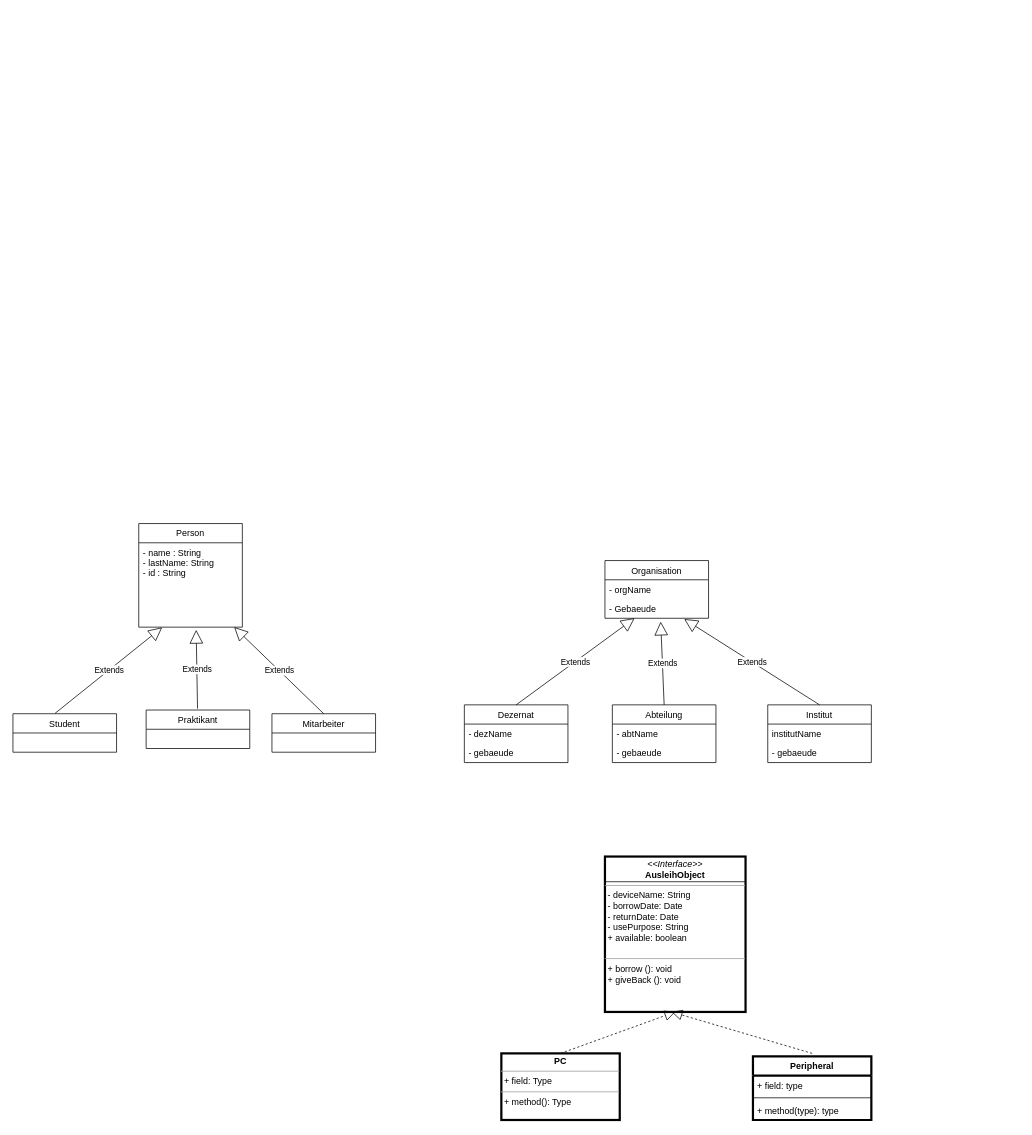
Earlier version of the draw.io diagram UML Diagram/Ausleihsystem.drawio (l3ehzad/JavaProjects). Source tidied: cells renumbered, new cells numbered last; positions are measured from the earlier drawing's top-left corner, leaving out a move shared by most shapes. Both pictures are drawn from the tidied source at 74%, with x=0, y=0 at pixel (13, 523).
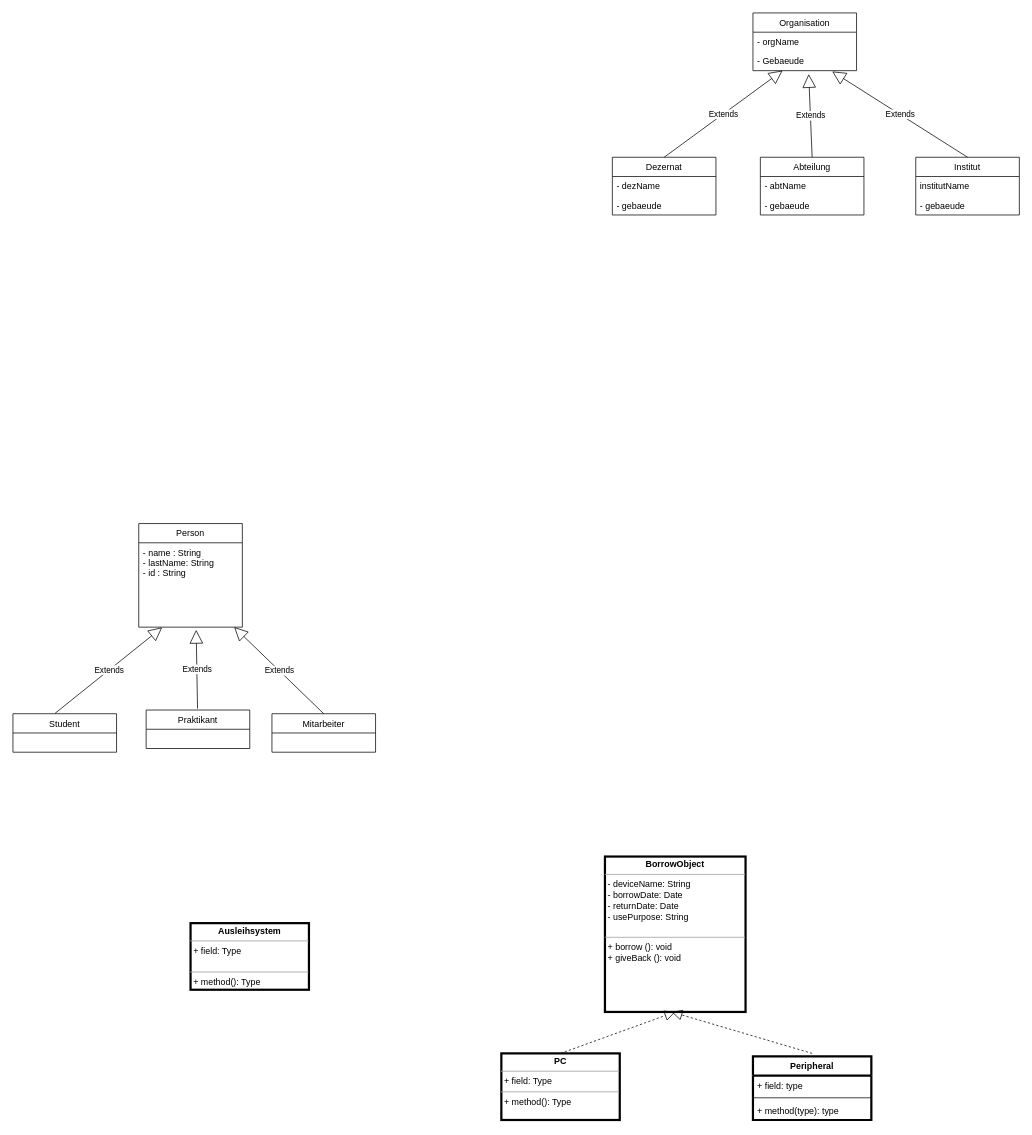
Above is the later version.

Change to the diagram source:
```diff
@@
     <mxCell id="8" value="Organisation" style="swimlane;fontStyle=0;horizontal=1;startSize=26;fillColor=none;" parent="1" vertex="1">
-      <mxGeometry x="800" y="50" width="140" height="78" as="geometry" />
+      <mxGeometry x="1000" y="-690" width="140" height="78" as="geometry" />
     </mxCell>
@@
     <mxCell id="11" value="Dezernat" style="swimlane;fontStyle=0;horizontal=1;startSize=26;fillColor=none;" parent="1" vertex="1">
-      <mxGeometry x="610" y="245" width="140" height="78" as="geometry" />
+      <mxGeometry x="810" y="-495" width="140" height="78" as="geometry" />
     </mxCell>
@@
     <mxCell id="14" value="Institut" style="swimlane;fontStyle=0;horizontal=1;startSize=26;fillColor=none;" parent="1" vertex="1">
-      <mxGeometry x="1020" y="245" width="140" height="78" as="geometry" />
+      <mxGeometry x="1220" y="-495" width="140" height="78" as="geometry" />
     </mxCell>
@@
     <mxCell id="17" value="Abteilung" style="swimlane;fontStyle=0;horizontal=1;startSize=26;fillColor=none;" parent="1" vertex="1">
-      <mxGeometry x="810" y="245" width="140" height="78" as="geometry" />
+      <mxGeometry x="1010" y="-495" width="140" height="78" as="geometry" />
     </mxCell>
@@
-    <mxCell id="25" value="&lt;p style=&quot;margin: 0px ; margin-top: 4px ; text-align: center&quot;&gt;&lt;i&gt;&amp;lt;&amp;lt;Interface&amp;gt;&amp;gt;&lt;/i&gt;&lt;br&gt;&lt;b&gt;AusleihObject&lt;/b&gt;&lt;/p&gt;&lt;hr size=&quot;1&quot;&gt;&lt;p style=&quot;margin: 0px ; margin-left: 4px&quot;&gt;- deviceName: String&lt;/p&gt;&lt;p style=&quot;margin: 0px ; margin-left: 4px&quot;&gt;- borrowDate: Date&lt;/p&gt;&lt;p style=&quot;margin: 0px ; margin-left: 4px&quot;&gt;- returnDate: Date&lt;/p&gt;&lt;p style=&quot;margin: 0px ; margin-left: 4px&quot;&gt;- usePurpose: String&lt;/p&gt;&lt;p style=&quot;margin: 0px ; margin-left: 4px&quot;&gt;+ available: boolean&lt;/p&gt;&lt;p style=&quot;margin: 0px ; margin-left: 4px&quot;&gt;&lt;br&gt;&lt;/p&gt;&lt;hr size=&quot;1&quot;&gt;&lt;p style=&quot;margin: 0px ; margin-left: 4px&quot;&gt;+ borrow (): void&lt;br&gt;+ giveBack (): void&lt;/p&gt;" style="verticalAlign=top;align=left;overflow=fill;fontSize=12;fontFamily=Helvetica;html=1;rounded=0;shadow=0;glass=0;strokeWidth=3;" parent="1" vertex="1">
+    <mxCell id="25" value="&lt;p style=&quot;margin: 0px ; margin-top: 4px ; text-align: center&quot;&gt;&lt;b&gt;BorrowObject&lt;/b&gt;&lt;/p&gt;&lt;hr size=&quot;1&quot;&gt;&lt;p style=&quot;margin: 0px ; margin-left: 4px&quot;&gt;- deviceName: String&lt;/p&gt;&lt;p style=&quot;margin: 0px ; margin-left: 4px&quot;&gt;- borrowDate: Date&lt;/p&gt;&lt;p style=&quot;margin: 0px ; margin-left: 4px&quot;&gt;- returnDate: Date&lt;/p&gt;&lt;p style=&quot;margin: 0px ; margin-left: 4px&quot;&gt;- usePurpose: String&lt;/p&gt;&lt;p style=&quot;margin: 0px ; margin-left: 4px&quot;&gt;&lt;br&gt;&lt;/p&gt;&lt;hr size=&quot;1&quot;&gt;&lt;p style=&quot;margin: 0px ; margin-left: 4px&quot;&gt;+ borrow (): void&lt;br&gt;+ giveBack (): void&lt;/p&gt;" style="verticalAlign=top;align=left;overflow=fill;fontSize=12;fontFamily=Helvetica;html=1;rounded=0;shadow=0;glass=0;strokeWidth=3;" parent="1" vertex="1">
       <mxGeometry x="800" y="450" width="190" height="210" as="geometry" />
     </mxCell>
@@
-    <mxCell id="27" style="line;strokeWidth=1;fillColor=none;align=left;verticalAlign=middle;spacingTop=-1;spacingLeft=3;spacingRight=3;labelPosition=right;rounded=0;shadow=0;glass=0;" parent="1" vertex="1">
-      <mxGeometry x="800" y="480" width="190" height="8" as="geometry" />
-    </mxCell>
@@
+    <mxCell id="34" value="&lt;p style=&quot;margin: 0px ; margin-top: 4px ; text-align: center&quot;&gt;&lt;b&gt;Ausleihsystem&lt;/b&gt;&lt;/p&gt;&lt;hr size=&quot;1&quot;&gt;&lt;p style=&quot;margin: 0px ; margin-left: 4px&quot;&gt;+ field: Type&lt;/p&gt;&lt;p style=&quot;margin: 0px ; margin-left: 4px&quot;&gt;&lt;br&gt;&lt;/p&gt;&lt;hr size=&quot;1&quot;&gt;&lt;p style=&quot;margin: 0px ; margin-left: 4px&quot;&gt;+ method(): Type&lt;/p&gt;" style="verticalAlign=top;align=left;overflow=fill;fontSize=12;fontFamily=Helvetica;html=1;rounded=0;shadow=0;glass=0;strokeWidth=3;" parent="1" vertex="1">
+      <mxGeometry x="240" y="540" width="160" height="90" as="geometry" />
+    </mxCell>
```
